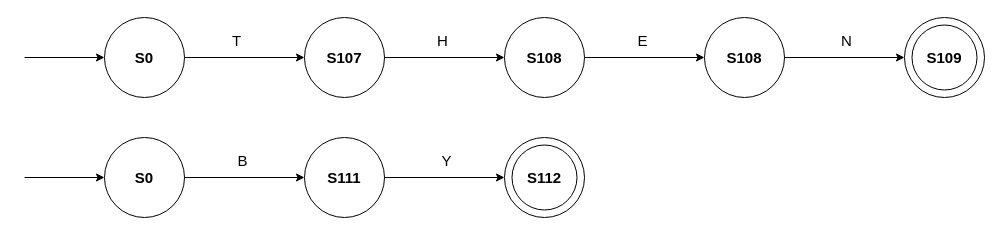
Before: noiseWords.drawio in MonaJea-Ng/Projects, a draw.io diagram. Source tidied: cells renumbered, new cells numbered last; positions are measured from the earlier drawing's top-left corner, leaving out a move shared by most shapes. Both pictures are drawn from the tidied source at 100%, with x=0, y=0 at pixel (24, 17).
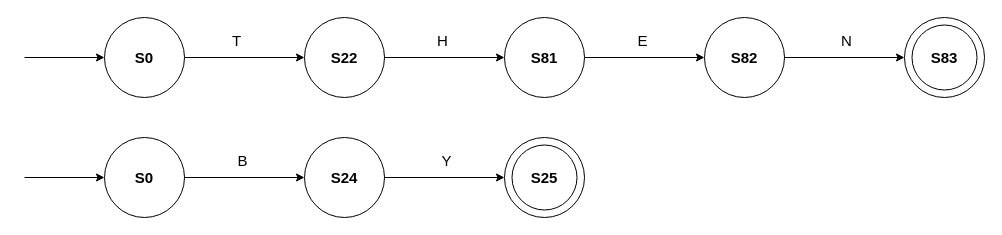
Above is the later version.

The edit, as a diff of the source:
```diff
@@
-    <mxCell id="6" value="&lt;b style=&quot;font-size: 15px;&quot;&gt;S107&lt;/b&gt;" style="text;html=1;strokeColor=none;fillColor=none;align=center;verticalAlign=middle;whiteSpace=wrap;rounded=0;fontSize=15;" parent="1" vertex="1">
+    <mxCell id="6" value="&lt;b style=&quot;font-size: 15px;&quot;&gt;S22&lt;/b&gt;" style="text;html=1;strokeColor=none;fillColor=none;align=center;verticalAlign=middle;whiteSpace=wrap;rounded=0;fontSize=15;" parent="1" vertex="1">
       <mxGeometry x="290" y="25" width="60" height="30" as="geometry" />
     </mxCell>
-    <mxCell id="7" value="&lt;b&gt;&lt;font style=&quot;font-size: 15px;&quot;&gt;S108&lt;/font&gt;&lt;/b&gt;" style="text;html=1;strokeColor=none;fillColor=none;align=center;verticalAlign=middle;whiteSpace=wrap;rounded=0;" parent="1" vertex="1">
+    <mxCell id="7" value="&lt;b&gt;&lt;font style=&quot;font-size: 15px;&quot;&gt;S82&lt;/font&gt;&lt;/b&gt;" style="text;html=1;strokeColor=none;fillColor=none;align=center;verticalAlign=middle;whiteSpace=wrap;rounded=0;" parent="1" vertex="1">
       <mxGeometry x="690" y="25" width="60" height="30" as="geometry" />
     </mxCell>
@@
-    <mxCell id="12" value="&lt;b&gt;&lt;font style=&quot;font-size: 15px;&quot;&gt;S109&lt;/font&gt;&lt;/b&gt;" style="text;html=1;strokeColor=none;fillColor=none;align=center;verticalAlign=middle;whiteSpace=wrap;rounded=0;" parent="1" vertex="1">
+    <mxCell id="12" value="&lt;b&gt;&lt;font style=&quot;font-size: 15px;&quot;&gt;S83&lt;/font&gt;&lt;/b&gt;" style="text;html=1;strokeColor=none;fillColor=none;align=center;verticalAlign=middle;whiteSpace=wrap;rounded=0;" parent="1" vertex="1">
       <mxGeometry x="890" y="25" width="60" height="30" as="geometry" />
     </mxCell>
@@
-    <mxCell id="23" value="&lt;b&gt;&lt;font style=&quot;font-size: 15px;&quot;&gt;S111&lt;/font&gt;&lt;/b&gt;" style="text;html=1;strokeColor=none;fillColor=none;align=center;verticalAlign=middle;whiteSpace=wrap;rounded=0;" parent="1" vertex="1">
+    <mxCell id="23" value="&lt;b&gt;&lt;font style=&quot;font-size: 15px;&quot;&gt;S24&lt;/font&gt;&lt;/b&gt;" style="text;html=1;strokeColor=none;fillColor=none;align=center;verticalAlign=middle;whiteSpace=wrap;rounded=0;" parent="1" vertex="1">
       <mxGeometry x="290" y="145" width="60" height="30" as="geometry" />
     </mxCell>
@@
-    <mxCell id="28" value="&lt;b&gt;&lt;font style=&quot;font-size: 15px;&quot;&gt;S112&lt;/font&gt;&lt;/b&gt;" style="text;html=1;strokeColor=none;fillColor=none;align=center;verticalAlign=middle;whiteSpace=wrap;rounded=0;" parent="1" vertex="1">
+    <mxCell id="28" value="&lt;b&gt;&lt;font style=&quot;font-size: 15px;&quot;&gt;S25&lt;/font&gt;&lt;/b&gt;" style="text;html=1;strokeColor=none;fillColor=none;align=center;verticalAlign=middle;whiteSpace=wrap;rounded=0;" parent="1" vertex="1">
       <mxGeometry x="490" y="145" width="60" height="30" as="geometry" />
     </mxCell>
@@
-    <mxCell id="32" value="&lt;b&gt;&lt;font style=&quot;font-size: 15px;&quot;&gt;S108&lt;/font&gt;&lt;/b&gt;" style="text;html=1;strokeColor=none;fillColor=none;align=center;verticalAlign=middle;whiteSpace=wrap;rounded=0;" parent="1" vertex="1">
+    <mxCell id="32" value="&lt;b&gt;&lt;font style=&quot;font-size: 15px;&quot;&gt;S81&lt;/font&gt;&lt;/b&gt;" style="text;html=1;strokeColor=none;fillColor=none;align=center;verticalAlign=middle;whiteSpace=wrap;rounded=0;" parent="1" vertex="1">
       <mxGeometry x="490" y="25" width="60" height="30" as="geometry" />
     </mxCell>
```
